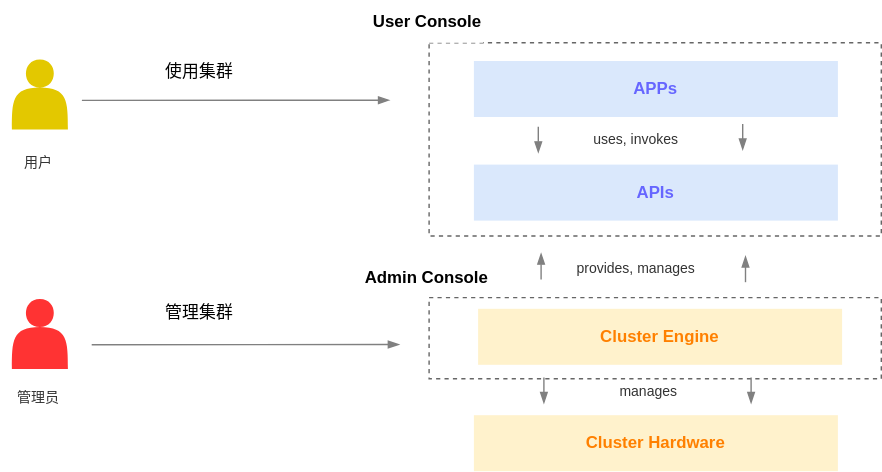
The draw.io diagram src/assets/overview/t9k-arch.drawio.svg in t9k/ucman, before a commit. Source tidied: cells renumbered, new cells last; positions are measured from the earlier drawing's top-left corner, leaving out a move shared by most shapes. Its diagram source:
```xml
<mxGraphModel>
  <root>
    <mxCell id="0" />
    <mxCell id="1" parent="0" />
    <mxCell id="2" style="rounded=0;whiteSpace=wrap;html=1;fillColor=none;strokeColor=#666666;fontColor=#333333;dashed=1;" parent="1" vertex="1">
      <mxGeometry x="306" y="212" width="323" height="58" as="geometry" />
    </mxCell>
    <mxCell id="3" style="rounded=0;whiteSpace=wrap;html=1;fillColor=none;strokeColor=#666666;fontColor=#333333;dashed=1;" parent="1" vertex="1">
      <mxGeometry x="306" y="30" width="323" height="138" as="geometry" />
    </mxCell>
    <mxCell id="4" value="&lt;div style=&quot;&quot;&gt;使用集群&lt;/div&gt;" style="text;html=1;strokeColor=none;fillColor=none;align=left;verticalAlign=middle;whiteSpace=wrap;rounded=0;" parent="1" vertex="1">
      <mxGeometry x="116" y="36" width="180" height="30" as="geometry" />
    </mxCell>
    <mxCell id="5" value="&lt;b&gt;User Console&lt;/b&gt;" style="text;html=1;strokeColor=none;fillColor=#FFFFFF;align=center;verticalAlign=middle;whiteSpace=wrap;rounded=0;labelBackgroundColor=none;" parent="1" vertex="1">
      <mxGeometry x="264.5" width="80" height="30" as="geometry" />
    </mxCell>
    <mxCell id="6" style="edgeStyle=none;html=1;fontColor=#FFFFFF;strokeColor=#808080;endArrow=blockThin;endFill=1;" parent="1" edge="1">
      <mxGeometry relative="1" as="geometry">
        <mxPoint x="58" y="71.1" as="sourcePoint" />
        <mxPoint x="278" y="71" as="targetPoint" />
      </mxGeometry>
    </mxCell>
    <mxCell id="7" style="shape=actor;whiteSpace=wrap;html=1;fillColor=#e3c800;strokeColor=none;fontColor=#000000;" parent="1" vertex="1">
      <mxGeometry x="8" y="42" width="40" height="50" as="geometry" />
    </mxCell>
    <mxCell id="8" value="&lt;font color=&quot;#6666ff&quot;&gt;&lt;b&gt;APIs&lt;/b&gt;&lt;/font&gt;" style="rounded=0;whiteSpace=wrap;html=1;fillColor=#dae8fc;strokeColor=none;" parent="1" vertex="1">
      <mxGeometry x="338" y="117" width="260" height="40" as="geometry" />
    </mxCell>
    <mxCell id="9" value="&lt;font color=&quot;#6666ff&quot;&gt;&lt;b&gt;APPs&lt;/b&gt;&lt;/font&gt;" style="rounded=0;whiteSpace=wrap;html=1;fillColor=#dae8fc;strokeColor=none;" parent="1" vertex="1">
      <mxGeometry x="338" y="43" width="260" height="40" as="geometry" />
    </mxCell>
    <mxCell id="10" value="&lt;b style=&quot;&quot;&gt;&lt;font color=&quot;#ff8000&quot;&gt;Cluster Engine&lt;/font&gt;&lt;/b&gt;" style="rounded=0;whiteSpace=wrap;html=1;fillColor=#fff2cc;strokeColor=none;" parent="1" vertex="1">
      <mxGeometry x="341" y="220" width="260" height="40" as="geometry" />
    </mxCell>
    <mxCell id="11" value="&lt;b style=&quot;&quot;&gt;&lt;font color=&quot;#ff8000&quot;&gt;Cluster Hardware&lt;/font&gt;&lt;/b&gt;" style="rounded=0;whiteSpace=wrap;html=1;fillColor=#fff2cc;strokeColor=none;" parent="1" vertex="1">
      <mxGeometry x="338" y="296" width="260" height="40" as="geometry" />
    </mxCell>
    <mxCell id="12" style="edgeStyle=none;html=1;fontColor=#FFFFFF;strokeColor=#808080;endArrow=blockThin;endFill=1;" parent="1" edge="1">
      <mxGeometry relative="1" as="geometry">
        <mxPoint x="384" y="90" as="sourcePoint" />
        <mxPoint x="384" y="108.9" as="targetPoint" />
      </mxGeometry>
    </mxCell>
    <mxCell id="13" style="edgeStyle=none;html=1;fontColor=#FFFFFF;strokeColor=#808080;endArrow=blockThin;endFill=1;" parent="1" edge="1">
      <mxGeometry relative="1" as="geometry">
        <mxPoint x="530" y="88" as="sourcePoint" />
        <mxPoint x="530" y="106.9" as="targetPoint" />
      </mxGeometry>
    </mxCell>
    <mxCell id="14" style="edgeStyle=none;html=1;fontColor=#FFFFFF;strokeColor=#808080;endArrow=blockThin;endFill=1;" parent="1" edge="1">
      <mxGeometry relative="1" as="geometry">
        <mxPoint x="388" y="269" as="sourcePoint" />
        <mxPoint x="388" y="287.9" as="targetPoint" />
      </mxGeometry>
    </mxCell>
    <mxCell id="15" style="edgeStyle=none;html=1;fontColor=#FFFFFF;strokeColor=#808080;endArrow=blockThin;endFill=1;" parent="1" edge="1">
      <mxGeometry relative="1" as="geometry">
        <mxPoint x="536" y="269" as="sourcePoint" />
        <mxPoint x="536" y="287.9" as="targetPoint" />
      </mxGeometry>
    </mxCell>
    <mxCell id="16" style="edgeStyle=none;html=1;fontColor=#FFFFFF;strokeColor=#808080;endArrow=blockThin;endFill=1;" parent="1" edge="1">
      <mxGeometry relative="1" as="geometry">
        <mxPoint x="386" y="199" as="sourcePoint" />
        <mxPoint x="386" y="180" as="targetPoint" />
      </mxGeometry>
    </mxCell>
    <mxCell id="17" style="edgeStyle=none;html=1;fontColor=#FFFFFF;strokeColor=#808080;endArrow=blockThin;endFill=1;" parent="1" edge="1">
      <mxGeometry relative="1" as="geometry">
        <mxPoint x="532" y="201" as="sourcePoint" />
        <mxPoint x="532" y="182" as="targetPoint" />
      </mxGeometry>
    </mxCell>
    <mxCell id="18" value="&lt;font color=&quot;#333333&quot; style=&quot;font-size: 10px;&quot;&gt;uses, invokes&lt;/font&gt;" style="text;html=1;strokeColor=none;fillColor=none;align=center;verticalAlign=middle;whiteSpace=wrap;rounded=0;" parent="1" vertex="1">
      <mxGeometry x="403" y="88" width="102" height="21" as="geometry" />
    </mxCell>
    <mxCell id="19" value="&lt;font color=&quot;#333333&quot; style=&quot;font-size: 10px;&quot;&gt;provides, manages&lt;/font&gt;" style="text;html=1;strokeColor=none;fillColor=none;align=center;verticalAlign=middle;whiteSpace=wrap;rounded=0;" parent="1" vertex="1">
      <mxGeometry x="403" y="180" width="102" height="21" as="geometry" />
    </mxCell>
    <mxCell id="20" value="&lt;font color=&quot;#333333&quot; style=&quot;font-size: 10px;&quot;&gt;manages&lt;/font&gt;" style="text;html=1;strokeColor=none;fillColor=none;align=center;verticalAlign=middle;whiteSpace=wrap;rounded=0;" parent="1" vertex="1">
      <mxGeometry x="412" y="268" width="102" height="21" as="geometry" />
    </mxCell>
    <mxCell id="21" style="shape=actor;whiteSpace=wrap;html=1;fillColor=#FF3333;strokeColor=none;fontColor=#000000;" parent="1" vertex="1">
      <mxGeometry x="8" y="213" width="40" height="50" as="geometry" />
    </mxCell>
    <mxCell id="22" value="&lt;font color=&quot;#333333&quot;&gt;&lt;span style=&quot;font-size: 10px;&quot;&gt;用户&lt;/span&gt;&lt;/font&gt;" style="text;html=1;strokeColor=none;fillColor=none;align=center;verticalAlign=middle;whiteSpace=wrap;rounded=0;" parent="1" vertex="1">
      <mxGeometry y="104" width="54" height="21" as="geometry" />
    </mxCell>
    <mxCell id="23" value="&lt;font color=&quot;#333333&quot;&gt;&lt;span style=&quot;font-size: 10px;&quot;&gt;管理员&lt;/span&gt;&lt;/font&gt;" style="text;html=1;strokeColor=none;fillColor=none;align=center;verticalAlign=middle;whiteSpace=wrap;rounded=0;" parent="1" vertex="1">
      <mxGeometry y="272" width="54" height="21" as="geometry" />
    </mxCell>
    <mxCell id="24" style="edgeStyle=none;html=1;fontColor=#FFFFFF;strokeColor=#808080;endArrow=blockThin;endFill=1;" parent="1" edge="1">
      <mxGeometry relative="1" as="geometry">
        <mxPoint x="65" y="245.6" as="sourcePoint" />
        <mxPoint x="285" y="245.5" as="targetPoint" />
      </mxGeometry>
    </mxCell>
    <mxCell id="25" value="&lt;b&gt;Admin Console&lt;/b&gt;" style="text;html=1;strokeColor=none;fillColor=none;align=center;verticalAlign=middle;whiteSpace=wrap;rounded=0;" parent="1" vertex="1">
      <mxGeometry x="259" y="183" width="91" height="30" as="geometry" />
    </mxCell>
    <mxCell id="26" value="&lt;div style=&quot;&quot;&gt;&lt;span style=&quot;background-color: initial;&quot;&gt;管理集群&lt;/span&gt;&lt;br&gt;&lt;/div&gt;" style="text;html=1;strokeColor=none;fillColor=none;align=left;verticalAlign=middle;whiteSpace=wrap;rounded=0;" parent="1" vertex="1">
      <mxGeometry x="116" y="208" width="131" height="30" as="geometry" />
    </mxCell>
  </root>
</mxGraphModel>
```
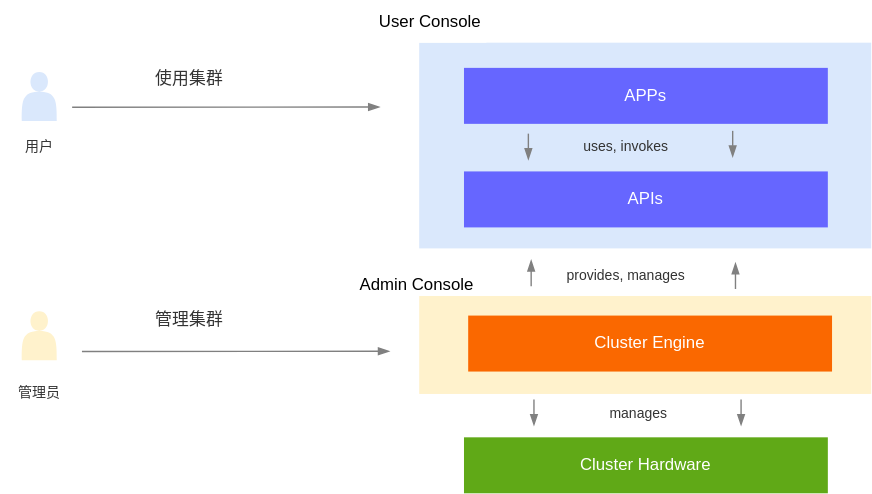
The same file after the commit.

The edit, as a diff of the source:
```diff
@@ -2,17 +2,17 @@
   <root>
     <mxCell id="0" />
     <mxCell id="1" parent="0" />
-    <mxCell id="2" style="rounded=0;whiteSpace=wrap;html=1;fillColor=none;strokeColor=#666666;fontColor=#333333;dashed=1;" parent="1" vertex="1">
-      <mxGeometry x="306" y="212" width="323" height="58" as="geometry" />
+    <mxCell id="2" style="rounded=0;whiteSpace=wrap;html=1;fillColor=#fff2cc;strokeColor=none;dashed=1;" parent="1" vertex="1">
+      <mxGeometry x="306" y="206" width="323" height="70" as="geometry" />
     </mxCell>
-    <mxCell id="3" style="rounded=0;whiteSpace=wrap;html=1;fillColor=none;strokeColor=#666666;fontColor=#333333;dashed=1;" parent="1" vertex="1">
-      <mxGeometry x="306" y="30" width="323" height="138" as="geometry" />
+    <mxCell id="3" style="rounded=0;whiteSpace=wrap;html=1;fillColor=#dae8fc;strokeColor=none;dashed=1;" parent="1" vertex="1">
+      <mxGeometry x="306" y="25" width="323" height="147" as="geometry" />
     </mxCell>
-    <mxCell id="4" value="&lt;div style=&quot;&quot;&gt;使用集群&lt;/div&gt;" style="text;html=1;strokeColor=none;fillColor=none;align=left;verticalAlign=middle;whiteSpace=wrap;rounded=0;" parent="1" vertex="1">
+    <mxCell id="4" value="&lt;div style=&quot;&quot;&gt;&lt;font color=&quot;#333333&quot;&gt;使用集群&lt;/font&gt;&lt;/div&gt;" style="text;html=1;strokeColor=none;fillColor=none;align=left;verticalAlign=middle;whiteSpace=wrap;rounded=0;" parent="1" vertex="1">
       <mxGeometry x="116" y="36" width="180" height="30" as="geometry" />
     </mxCell>
-    <mxCell id="5" value="&lt;b&gt;User Console&lt;/b&gt;" style="text;html=1;strokeColor=none;fillColor=#FFFFFF;align=center;verticalAlign=middle;whiteSpace=wrap;rounded=0;labelBackgroundColor=none;" parent="1" vertex="1">
-      <mxGeometry x="264.5" width="80" height="30" as="geometry" />
+    <mxCell id="5" value="User Console" style="text;html=1;strokeColor=none;fillColor=#FFFFFF;align=center;verticalAlign=middle;whiteSpace=wrap;rounded=0;labelBackgroundColor=none;" parent="1" vertex="1">
+      <mxGeometry x="274" y="-5" width="80" height="30" as="geometry" />
     </mxCell>
     <mxCell id="6" style="edgeStyle=none;html=1;fontColor=#FFFFFF;strokeColor=#808080;endArrow=blockThin;endFill=1;" parent="1" edge="1">
       <mxGeometry relative="1" as="geometry">
@@ -20,20 +20,20 @@
         <mxPoint x="278" y="71" as="targetPoint" />
       </mxGeometry>
     </mxCell>
-    <mxCell id="7" style="shape=actor;whiteSpace=wrap;html=1;fillColor=#e3c800;strokeColor=none;fontColor=#000000;" parent="1" vertex="1">
-      <mxGeometry x="8" y="42" width="40" height="50" as="geometry" />
+    <mxCell id="7" style="shape=actor;whiteSpace=wrap;html=1;fillColor=#dae8fc;strokeColor=none;" parent="1" vertex="1">
+      <mxGeometry x="22" y="46" width="25" height="35" as="geometry" />
     </mxCell>
-    <mxCell id="8" value="&lt;font color=&quot;#6666ff&quot;&gt;&lt;b&gt;APIs&lt;/b&gt;&lt;/font&gt;" style="rounded=0;whiteSpace=wrap;html=1;fillColor=#dae8fc;strokeColor=none;" parent="1" vertex="1">
+    <mxCell id="8" value="&lt;font&gt;APIs&lt;/font&gt;" style="rounded=0;whiteSpace=wrap;html=1;fillColor=#6666FF;strokeColor=none;fontColor=#FFFFFF;" parent="1" vertex="1">
       <mxGeometry x="338" y="117" width="260" height="40" as="geometry" />
     </mxCell>
-    <mxCell id="9" value="&lt;font color=&quot;#6666ff&quot;&gt;&lt;b&gt;APPs&lt;/b&gt;&lt;/font&gt;" style="rounded=0;whiteSpace=wrap;html=1;fillColor=#dae8fc;strokeColor=none;" parent="1" vertex="1">
+    <mxCell id="9" value="&lt;font&gt;APPs&lt;/font&gt;" style="rounded=0;whiteSpace=wrap;html=1;fillColor=#6666FF;strokeColor=none;fontColor=#FFFFFF;" parent="1" vertex="1">
       <mxGeometry x="338" y="43" width="260" height="40" as="geometry" />
     </mxCell>
-    <mxCell id="10" value="&lt;b style=&quot;&quot;&gt;&lt;font color=&quot;#ff8000&quot;&gt;Cluster Engine&lt;/font&gt;&lt;/b&gt;" style="rounded=0;whiteSpace=wrap;html=1;fillColor=#fff2cc;strokeColor=none;" parent="1" vertex="1">
+    <mxCell id="10" value="&lt;font style=&quot;&quot;&gt;Cluster Engine&lt;/font&gt;" style="rounded=0;whiteSpace=wrap;html=1;fillColor=#fa6800;strokeColor=none;fontColor=#FFFFFF;" parent="1" vertex="1">
       <mxGeometry x="341" y="220" width="260" height="40" as="geometry" />
     </mxCell>
-    <mxCell id="11" value="&lt;b style=&quot;&quot;&gt;&lt;font color=&quot;#ff8000&quot;&gt;Cluster Hardware&lt;/font&gt;&lt;/b&gt;" style="rounded=0;whiteSpace=wrap;html=1;fillColor=#fff2cc;strokeColor=none;" parent="1" vertex="1">
-      <mxGeometry x="338" y="296" width="260" height="40" as="geometry" />
+    <mxCell id="11" value="&lt;font style=&quot;&quot;&gt;Cluster Hardware&lt;/font&gt;" style="rounded=0;whiteSpace=wrap;html=1;fillColor=#60a917;strokeColor=none;fontColor=#ffffff;" parent="1" vertex="1">
+      <mxGeometry x="338" y="307" width="260" height="40" as="geometry" />
     </mxCell>
     <mxCell id="12" style="edgeStyle=none;html=1;fontColor=#FFFFFF;strokeColor=#808080;endArrow=blockThin;endFill=1;" parent="1" edge="1">
       <mxGeometry relative="1" as="geometry">
@@ -49,14 +49,14 @@
     </mxCell>
     <mxCell id="14" style="edgeStyle=none;html=1;fontColor=#FFFFFF;strokeColor=#808080;endArrow=blockThin;endFill=1;" parent="1" edge="1">
       <mxGeometry relative="1" as="geometry">
-        <mxPoint x="388" y="269" as="sourcePoint" />
-        <mxPoint x="388" y="287.9" as="targetPoint" />
+        <mxPoint x="388" y="280" as="sourcePoint" />
+        <mxPoint x="388" y="298.9" as="targetPoint" />
       </mxGeometry>
     </mxCell>
     <mxCell id="15" style="edgeStyle=none;html=1;fontColor=#FFFFFF;strokeColor=#808080;endArrow=blockThin;endFill=1;" parent="1" edge="1">
       <mxGeometry relative="1" as="geometry">
-        <mxPoint x="536" y="269" as="sourcePoint" />
-        <mxPoint x="536" y="287.9" as="targetPoint" />
+        <mxPoint x="536" y="280" as="sourcePoint" />
+        <mxPoint x="536" y="298.9" as="targetPoint" />
       </mxGeometry>
     </mxCell>
     <mxCell id="16" style="edgeStyle=none;html=1;fontColor=#FFFFFF;strokeColor=#808080;endArrow=blockThin;endFill=1;" parent="1" edge="1">
@@ -78,16 +78,16 @@
       <mxGeometry x="403" y="180" width="102" height="21" as="geometry" />
     </mxCell>
     <mxCell id="20" value="&lt;font color=&quot;#333333&quot; style=&quot;font-size: 10px;&quot;&gt;manages&lt;/font&gt;" style="text;html=1;strokeColor=none;fillColor=none;align=center;verticalAlign=middle;whiteSpace=wrap;rounded=0;" parent="1" vertex="1">
-      <mxGeometry x="412" y="268" width="102" height="21" as="geometry" />
+      <mxGeometry x="412" y="279" width="102" height="21" as="geometry" />
     </mxCell>
-    <mxCell id="21" style="shape=actor;whiteSpace=wrap;html=1;fillColor=#FF3333;strokeColor=none;fontColor=#000000;" parent="1" vertex="1">
-      <mxGeometry x="8" y="213" width="40" height="50" as="geometry" />
+    <mxCell id="21" style="shape=actor;whiteSpace=wrap;html=1;fillColor=#fff2cc;strokeColor=none;" parent="1" vertex="1">
+      <mxGeometry x="22" y="217" width="25" height="35" as="geometry" />
     </mxCell>
     <mxCell id="22" value="&lt;font color=&quot;#333333&quot;&gt;&lt;span style=&quot;font-size: 10px;&quot;&gt;用户&lt;/span&gt;&lt;/font&gt;" style="text;html=1;strokeColor=none;fillColor=none;align=center;verticalAlign=middle;whiteSpace=wrap;rounded=0;" parent="1" vertex="1">
-      <mxGeometry y="104" width="54" height="21" as="geometry" />
+      <mxGeometry x="7.5" y="88" width="54" height="21" as="geometry" />
     </mxCell>
     <mxCell id="23" value="&lt;font color=&quot;#333333&quot;&gt;&lt;span style=&quot;font-size: 10px;&quot;&gt;管理员&lt;/span&gt;&lt;/font&gt;" style="text;html=1;strokeColor=none;fillColor=none;align=center;verticalAlign=middle;whiteSpace=wrap;rounded=0;" parent="1" vertex="1">
-      <mxGeometry y="272" width="54" height="21" as="geometry" />
+      <mxGeometry x="7.5" y="264" width="54" height="21" as="geometry" />
     </mxCell>
     <mxCell id="24" style="edgeStyle=none;html=1;fontColor=#FFFFFF;strokeColor=#808080;endArrow=blockThin;endFill=1;" parent="1" edge="1">
       <mxGeometry relative="1" as="geometry">
@@ -95,10 +95,10 @@
         <mxPoint x="285" y="245.5" as="targetPoint" />
       </mxGeometry>
     </mxCell>
-    <mxCell id="25" value="&lt;b&gt;Admin Console&lt;/b&gt;" style="text;html=1;strokeColor=none;fillColor=none;align=center;verticalAlign=middle;whiteSpace=wrap;rounded=0;" parent="1" vertex="1">
+    <mxCell id="25" value="Admin Console" style="text;html=1;strokeColor=none;fillColor=none;align=center;verticalAlign=middle;whiteSpace=wrap;rounded=0;" parent="1" vertex="1">
       <mxGeometry x="259" y="183" width="91" height="30" as="geometry" />
     </mxCell>
-    <mxCell id="26" value="&lt;div style=&quot;&quot;&gt;&lt;span style=&quot;background-color: initial;&quot;&gt;管理集群&lt;/span&gt;&lt;br&gt;&lt;/div&gt;" style="text;html=1;strokeColor=none;fillColor=none;align=left;verticalAlign=middle;whiteSpace=wrap;rounded=0;" parent="1" vertex="1">
+    <mxCell id="26" value="&lt;div style=&quot;&quot;&gt;&lt;span style=&quot;background-color: initial;&quot;&gt;&lt;font color=&quot;#333333&quot;&gt;管理集群&lt;/font&gt;&lt;/span&gt;&lt;br&gt;&lt;/div&gt;" style="text;html=1;strokeColor=none;fillColor=none;align=left;verticalAlign=middle;whiteSpace=wrap;rounded=0;" parent="1" vertex="1">
       <mxGeometry x="116" y="208" width="131" height="30" as="geometry" />
     </mxCell>
   </root>
```
